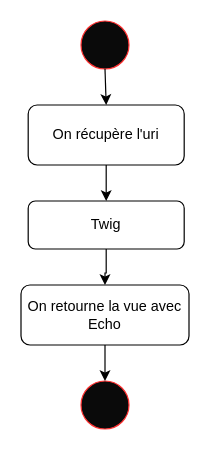
Above: docs/un diagramme d'activité.drawio in Geoffray-buhler/P05-OCR (draw.io), before the change. Source tidied: cells renumbered, new cells numbered last; positions are measured from the earlier drawing's top-left corner, leaving out a move shared by most shapes. Both pictures are drawn from the tidied source at 120%, with x=0, y=0 at pixel (20, 20).
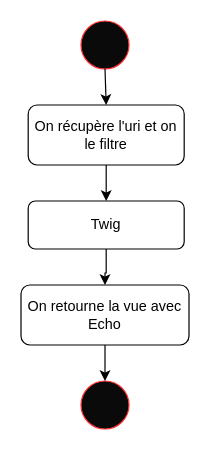
Above is the later version.

Commit message (it also covers changes not shown here):
ajout des diagramme et tous

Diff of the diagram source:
```diff
@@
 <mxGraphModel>
   <root>
     <mxCell id="0" />
     <mxCell id="1" parent="0" />
     <mxCell id="2" style="ellipse;whiteSpace=wrap;html=1;fillColor=#0A0A0A;strokeColor=#FF3333;fontColor=default;" parent="1" vertex="1">
       <mxGeometry x="50" width="40" height="40" as="geometry" />
     </mxCell>
     <mxCell id="3" style="ellipse;whiteSpace=wrap;html=1;fillColor=#0A0A0A;strokeColor=#FF3333;fontColor=default;" parent="1" vertex="1">
       <mxGeometry x="50" y="300" width="40" height="40" as="geometry" />
     </mxCell>
     <mxCell id="4" style="edgeStyle=orthogonalEdgeStyle;rounded=0;jettySize=auto;html=1;labelBackgroundColor=default;fontColor=default;strokeColor=default;" parent="1" edge="1" source="5" target="8">
       <mxGeometry relative="1" as="geometry" />
     </mxCell>
-    <mxCell id="5" value="On récupère l'uri" style="rounded=1;whiteSpace=wrap;html=1;fontColor=default;strokeColor=#000000;fillColor=#FFFFFF;" parent="1" vertex="1">
+    <mxCell id="5" value="On récupère l'uri et on le filtre" style="rounded=1;whiteSpace=wrap;html=1;fontColor=default;strokeColor=#000000;fillColor=#FFFFFF;" parent="1" vertex="1">
       <mxGeometry x="6" y="70" width="130" height="50" as="geometry" />
     </mxCell>
     <mxCell id="6" style="endArrow=classic;html=1;rounded=0;fontColor=default;exitX=0.5;exitY=1;exitDx=0;exitDy=0;strokeColor=default;labelBackgroundColor=default;entryX=0.5;entryY=0;entryDx=0;entryDy=0;" parent="1" edge="1" source="2" target="5">
       <mxGeometry relative="1" as="geometry" />
     </mxCell>
     <mxCell id="7" style="edgeStyle=orthogonalEdgeStyle;rounded=0;jettySize=auto;html=1;entryX=0.5;entryY=0;entryDx=0;entryDy=0;labelBackgroundColor=default;fontColor=default;strokeColor=default;" parent="1" edge="1" source="8" target="10">
       <mxGeometry relative="1" as="geometry" />
     </mxCell>
     <mxCell id="8" value="Twig" style="rounded=1;whiteSpace=wrap;html=1;fontColor=default;strokeColor=#000000;fillColor=#FFFFFF;" parent="1" vertex="1">
       <mxGeometry x="6" y="150" width="130" height="40" as="geometry" />
     </mxCell>
     <mxCell id="9" style="edgeStyle=orthogonalEdgeStyle;rounded=0;jettySize=auto;html=1;entryX=0.5;entryY=0;entryDx=0;entryDy=0;labelBackgroundColor=default;fontColor=default;strokeColor=default;" parent="1" edge="1" source="10" target="3">
       <mxGeometry relative="1" as="geometry" />
     </mxCell>
     <mxCell id="10" value="On retourne la vue avec Echo" style="rounded=1;whiteSpace=wrap;html=1;fontColor=default;strokeColor=#000000;fillColor=#FFFFFF;" parent="1" vertex="1">
       <mxGeometry y="220" width="140" height="50" as="geometry" />
     </mxCell>
   </root>
 </mxGraphModel>
```
